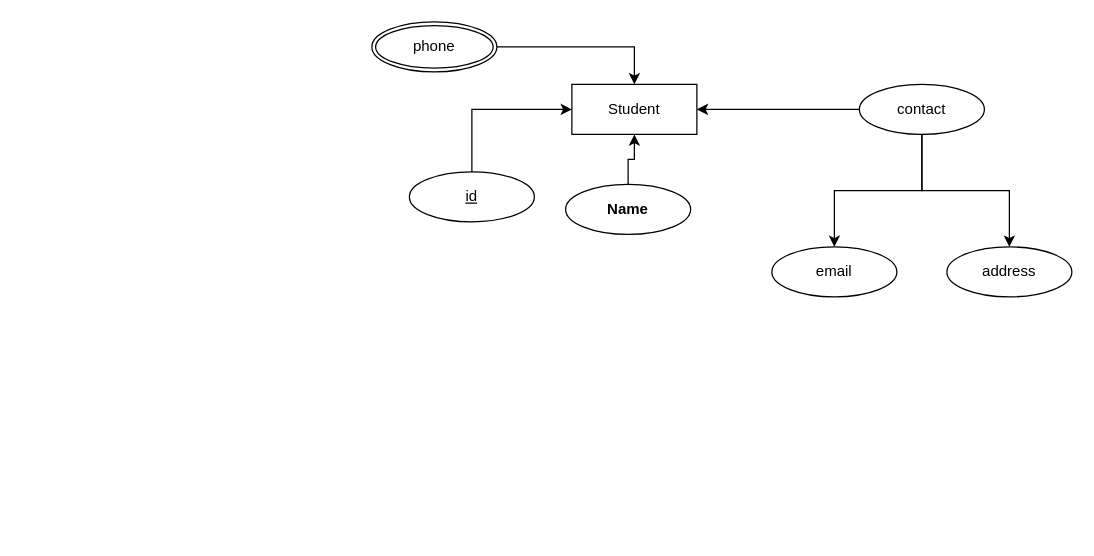
This is iti1.drawio from andrew-atef/andrew-atef, a draw.io file, before an edit. Source tidied: cells renumbered, new cells numbered last; positions are measured from the earlier drawing's top-left corner, leaving out a move shared by most shapes. Both pictures are drawn from the tidied source at 125%, with x=0, y=0 at pixel (371, 21).
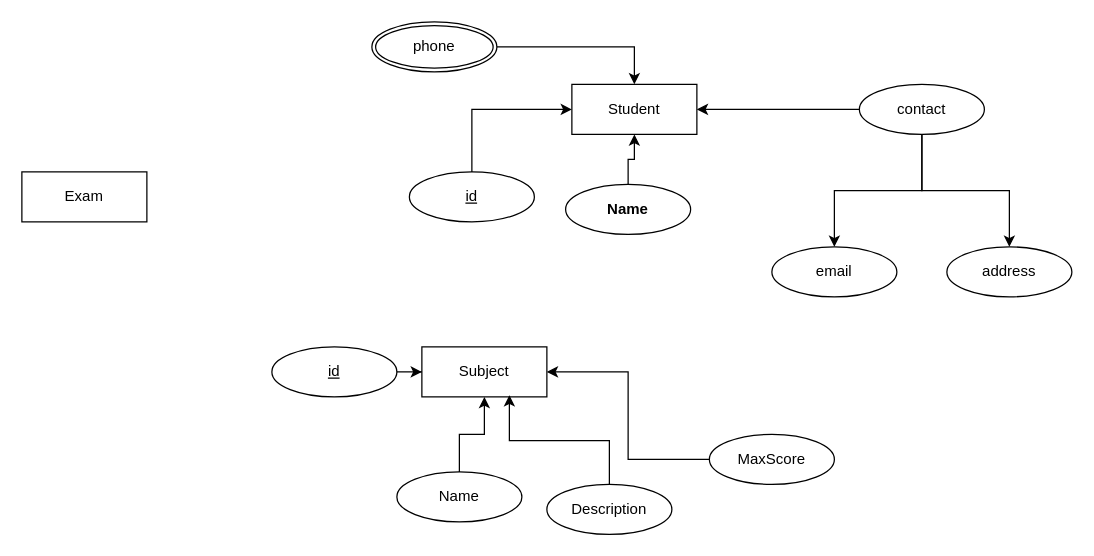
The same diagram, later.

What changed in the source:
```diff
@@
+    <mxCell id="15" value="Subject" style="whiteSpace=wrap;html=1;align=center;" parent="1" vertex="1">
+      <mxGeometry x="40" y="260" width="100" height="40" as="geometry" />
+    </mxCell>
+    <mxCell id="16" style="edgeStyle=orthogonalEdgeStyle;rounded=0;jettySize=auto;html=1;" parent="1" edge="1" source="17" target="15">
+      <mxGeometry relative="1" as="geometry" />
+    </mxCell>
+    <mxCell id="17" value="id" style="ellipse;whiteSpace=wrap;html=1;align=center;fontStyle=4;" parent="1" vertex="1">
+      <mxGeometry x="-80" y="260" width="100" height="40" as="geometry" />
+    </mxCell>
+    <mxCell id="18" style="edgeStyle=orthogonalEdgeStyle;rounded=0;jettySize=auto;html=1;entryX=0.5;entryY=1;entryDx=0;entryDy=0;" parent="1" edge="1" source="19" target="15">
+      <mxGeometry relative="1" as="geometry" />
+    </mxCell>
+    <mxCell id="19" value="Name" style="ellipse;whiteSpace=wrap;html=1;align=center;" parent="1" vertex="1">
+      <mxGeometry x="20" y="360" width="100" height="40" as="geometry" />
+    </mxCell>
+    <mxCell id="20" style="edgeStyle=orthogonalEdgeStyle;rounded=0;jettySize=auto;html=1;entryX=0.7;entryY=0.967;entryDx=0;entryDy=0;entryPerimeter=0;" parent="1" edge="1" source="21" target="15">
+      <mxGeometry relative="1" as="geometry" />
+    </mxCell>
+    <mxCell id="21" value="Description" style="ellipse;whiteSpace=wrap;html=1;align=center;" parent="1" vertex="1">
+      <mxGeometry x="140" y="370" width="100" height="40" as="geometry" />
+    </mxCell>
+    <mxCell id="22" style="edgeStyle=orthogonalEdgeStyle;rounded=0;jettySize=auto;html=1;entryX=1;entryY=0.5;entryDx=0;entryDy=0;" parent="1" edge="1" source="23" target="15">
+      <mxGeometry relative="1" as="geometry" />
+    </mxCell>
+    <mxCell id="23" value="MaxScore" style="ellipse;whiteSpace=wrap;html=1;align=center;" parent="1" vertex="1">
+      <mxGeometry x="270" y="330" width="100" height="40" as="geometry" />
+    </mxCell>
+    <mxCell id="24" value="Exam" style="whiteSpace=wrap;html=1;align=center;" parent="1" vertex="1">
+      <mxGeometry x="-280" y="120" width="100" height="40" as="geometry" />
+    </mxCell>
```
